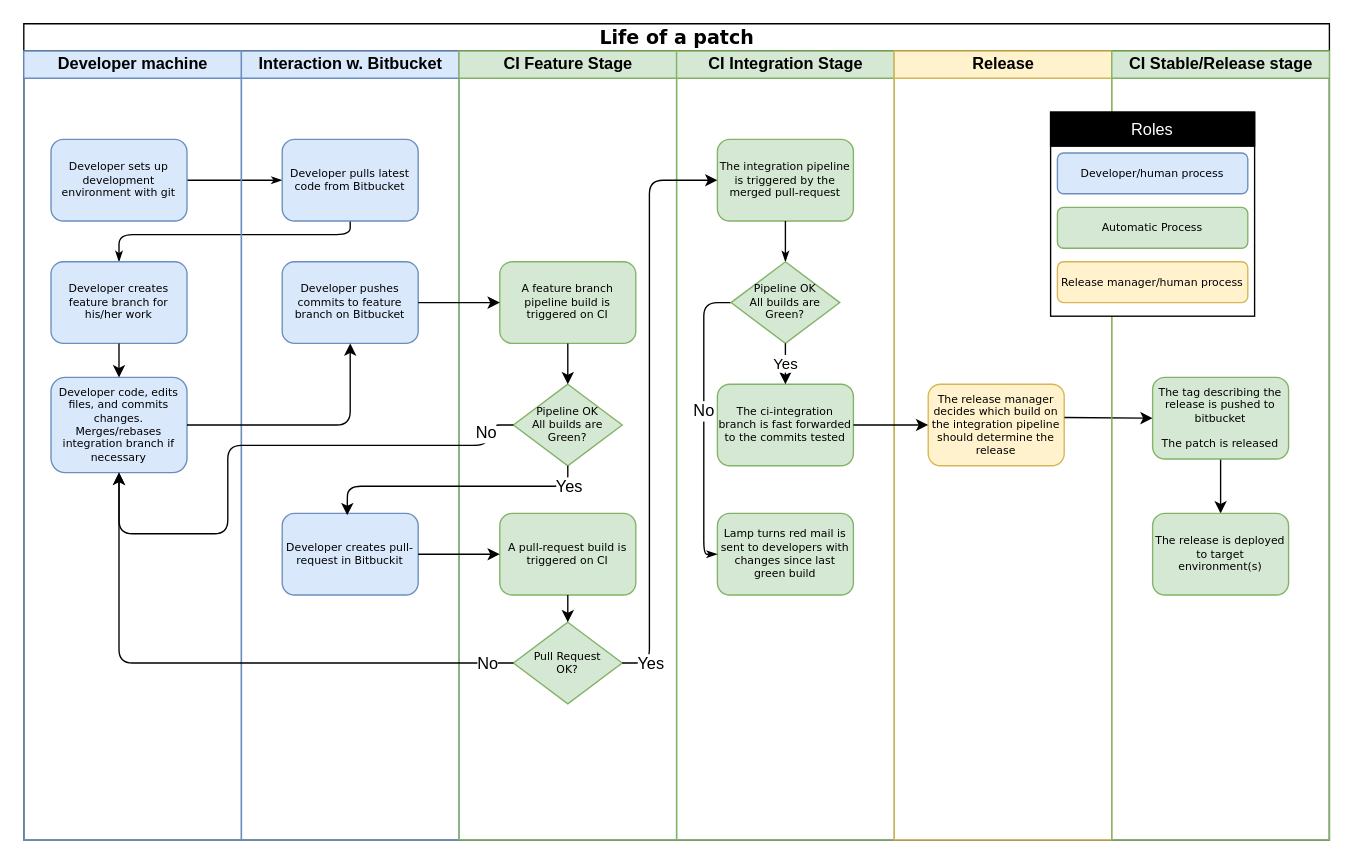
Earlier version of the draw.io diagram Life of a patch.drawio (dvaske/life-of-a-patch). Source tidied: cells renumbered, new cells numbered last; positions are measured from the earlier drawing's top-left corner, leaving out a move shared by most shapes. Both pictures are drawn from the tidied source at 136%, with x=0, y=0 at pixel (23, 23).
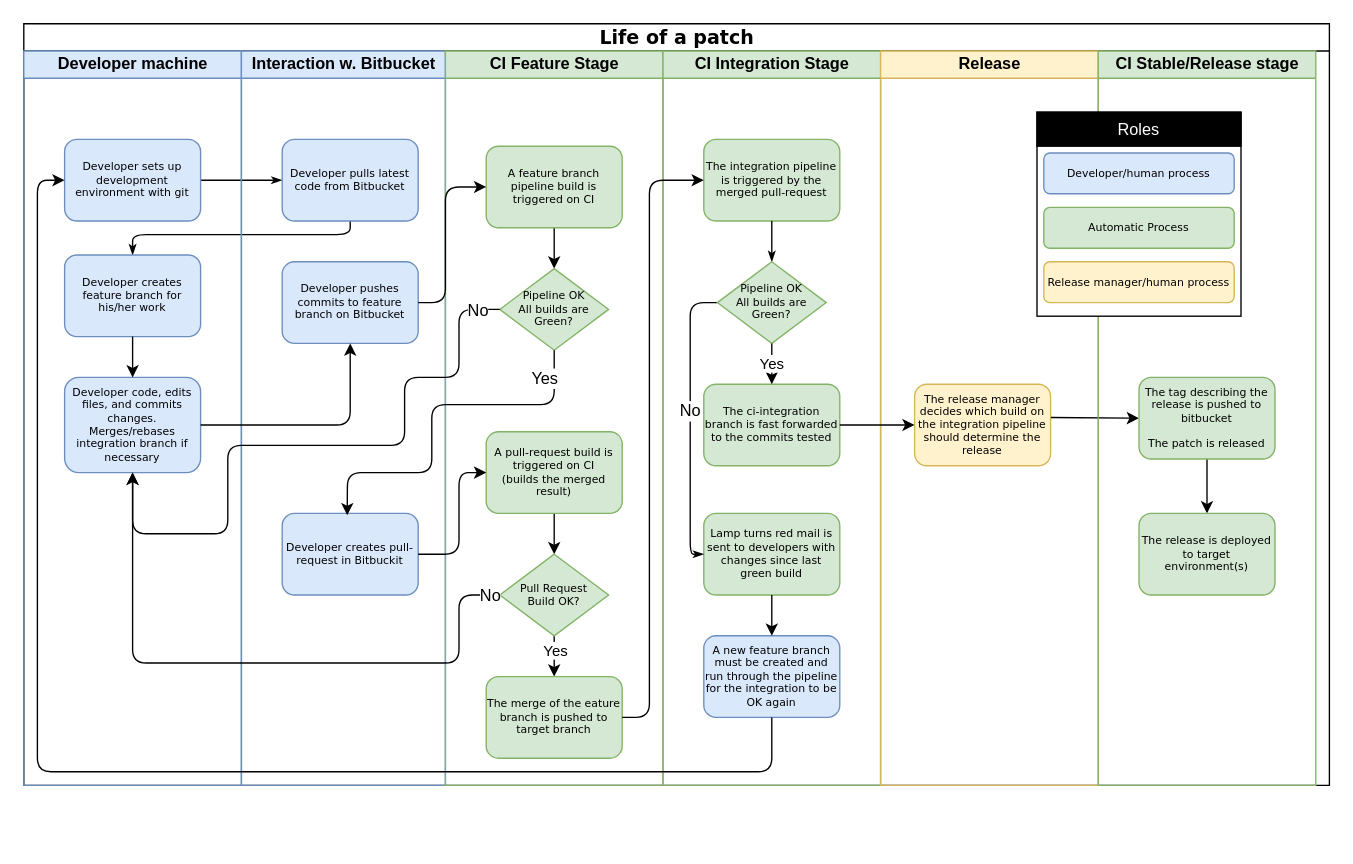
The same page after the edit.

Unchanged cells that the change refers to:
```xml
<mxCell id="11" value="Developer pulls latest code from Bitbucket" style="rounded=1;whiteSpace=wrap;html=1;shadow=0;labelBackgroundColor=none;strokeColor=#6c8ebf;strokeWidth=1;fillColor=#dae8fc;fontFamily=Verdana;fontSize=8;fontColor=#000000;align=center;" parent="10" vertex="1">
  <mxGeometry x="30" y="65" width="100" height="60" as="geometry" />
</mxCell>
<mxCell id="12" value="Developer pushes commits to feature branch on Bitbucket " style="rounded=1;whiteSpace=wrap;html=1;shadow=0;labelBackgroundColor=none;strokeColor=#6c8ebf;strokeWidth=1;fillColor=#dae8fc;fontFamily=Verdana;fontSize=8;fontColor=#000000;align=center;" parent="10" vertex="1">
  <mxGeometry x="30" y="155" width="100" height="60" as="geometry" />
</mxCell>
<mxCell id="13" value="Developer creates pull-request in Bitbuckit" style="rounded=1;whiteSpace=wrap;html=1;shadow=0;labelBackgroundColor=none;strokeColor=#6c8ebf;strokeWidth=1;fillColor=#dae8fc;fontFamily=Verdana;fontSize=8;fontColor=#000000;align=center;" parent="10" vertex="1">
  <mxGeometry x="30" y="340" width="100" height="60" as="geometry" />
</mxCell>
<mxCell id="22" value="The integration pipeline is triggered by the merged pull-request" style="rounded=1;whiteSpace=wrap;html=1;shadow=0;labelBackgroundColor=none;strokeColor=#82b366;strokeWidth=1;fillColor=#d5e8d4;fontFamily=Verdana;fontSize=8;fontColor=#000000;align=center;" parent="21" vertex="1">
  <mxGeometry x="30" y="65" width="100" height="60" as="geometry" />
</mxCell>
<mxCell id="23" value="Lamp turns red mail is sent to developers with changes since last green build" style="rounded=1;whiteSpace=wrap;html=1;shadow=0;labelBackgroundColor=none;strokeColor=#82b366;strokeWidth=1;fillColor=#d5e8d4;fontFamily=Verdana;fontSize=8;fontColor=#000000;align=center;" parent="21" vertex="1">
  <mxGeometry x="30" y="340" width="100" height="60" as="geometry" />
</mxCell>
```

The edit, as a diff of the source:
```diff
@@
     <mxCell id="2" value="&lt;font style=&quot;font-size: 14px&quot;&gt;Life of a patch&lt;/font&gt;" style="swimlane;html=1;startSize=20;rounded=0;shadow=0;labelBackgroundColor=none;strokeColor=#000000;strokeWidth=1;fillColor=#ffffff;fontFamily=Verdana;fontSize=8;fontColor=#000000;align=center;" parent="1" vertex="1">
-      <mxGeometry width="960" height="600" as="geometry" />
+      <mxGeometry width="960" height="560" as="geometry" />
     </mxCell>
@@
-    <mxCell id="4" style="edgeStyle=orthogonalEdgeStyle;rounded=1;html=1;labelBackgroundColor=none;startArrow=none;startFill=0;startSize=5;endArrow=classicThin;endFill=1;endSize=5;jettySize=auto;strokeColor=#000000;strokeWidth=1;fontFamily=Verdana;fontSize=8;fontColor=#000000;" parent="2" edge="1" source="11" target="7">
+    <mxCell id="4" style="edgeStyle=orthogonalEdgeStyle;rounded=1;html=1;labelBackgroundColor=none;startArrow=none;startFill=0;startSize=5;endArrow=classicThin;endFill=1;endSize=5;jettySize=auto;strokeColor=#000000;strokeWidth=1;fontFamily=Verdana;fontSize=8;fontColor=#000000;entryX=0.5;entryY=0;entryDx=0;entryDy=0;" parent="2" edge="1" source="11" target="7">
       <mxGeometry relative="1" as="geometry">
         <Array as="points">
           <mxPoint x="240" y="155" />
-          <mxPoint x="70" y="155" />
+          <mxPoint x="80" y="155" />
         </Array>
       </mxGeometry>
     </mxCell>
     <mxCell id="5" value="Developer machine" style="swimlane;html=1;startSize=20;fillColor=#dae8fc;strokeColor=#6c8ebf;" parent="2" vertex="1">
-      <mxGeometry y="20" width="160" height="580" as="geometry" />
+      <mxGeometry y="20" width="160" height="540" as="geometry" />
     </mxCell>
+    <mxCell id="8" value="Developer code, edits files, and commits changes.&lt;br&gt;Merges/rebases integration branch if necessary" style="rounded=1;whiteSpace=wrap;html=1;shadow=0;labelBackgroundColor=none;strokeColor=#6c8ebf;strokeWidth=1;fillColor=#dae8fc;fontFamily=Verdana;fontSize=8;fontColor=#000000;align=center;" parent="5" vertex="1">
+      <mxGeometry x="30" y="240" width="100" height="70" as="geometry" />
+    </mxCell>
+    <mxCell id="7" value="Developer creates feature branch for his/her work" style="rounded=1;whiteSpace=wrap;html=1;shadow=0;labelBackgroundColor=none;strokeColor=#6c8ebf;strokeWidth=1;fillColor=#dae8fc;fontFamily=Verdana;fontSize=8;fontColor=#000000;align=center;" parent="5" vertex="1">
+      <mxGeometry x="30" y="150" width="100" height="60" as="geometry" />
+    </mxCell>
+    <mxCell id="9" style="endArrow=classic;html=1;entryX=0.5;entryY=0;exitX=0.5;exitY=1;" parent="5" edge="1" source="7" target="8">
+      <mxGeometry relative="1" as="geometry" />
+    </mxCell>
     <mxCell id="6" value="Developer sets up development environment with git" style="rounded=1;whiteSpace=wrap;html=1;shadow=0;labelBackgroundColor=none;strokeColor=#6c8ebf;strokeWidth=1;fillColor=#dae8fc;fontFamily=Verdana;fontSize=8;fontColor=#000000;align=center;" parent="5" vertex="1">
-      <mxGeometry x="20" y="65" width="100" height="60" as="geometry" />
+      <mxGeometry x="30" y="65" width="100" height="60" as="geometry" />
     </mxCell>
-    <mxCell id="7" value="Developer creates feature branch for his/her work" style="rounded=1;whiteSpace=wrap;html=1;shadow=0;labelBackgroundColor=none;strokeColor=#6c8ebf;strokeWidth=1;fillColor=#dae8fc;fontFamily=Verdana;fontSize=8;fontColor=#000000;align=center;" parent="5" vertex="1">
-      <mxGeometry x="20" y="155" width="100" height="60" as="geometry" />
-    </mxCell>
-    <mxCell id="8" value="Developer code, edits files, and commits changes.&lt;br&gt;Merges/rebases integration branch if necessary" style="rounded=1;whiteSpace=wrap;html=1;shadow=0;labelBackgroundColor=none;strokeColor=#6c8ebf;strokeWidth=1;fillColor=#dae8fc;fontFamily=Verdana;fontSize=8;fontColor=#000000;align=center;" parent="5" vertex="1">
-      <mxGeometry x="20" y="240" width="100" height="70" as="geometry" />
-    </mxCell>
-    <mxCell id="9" style="endArrow=classic;html=1;entryX=0.5;entryY=0;exitX=0.5;exitY=1;" parent="5" edge="1" source="7" target="8">
-      <mxGeometry relative="1" as="geometry" />
-    </mxCell>
     <mxCell id="10" value="Interaction w. Bitbucket" style="swimlane;html=1;startSize=20;fillColor=#dae8fc;strokeColor=#6c8ebf;" parent="2" vertex="1">
-      <mxGeometry x="160" y="20" width="160" height="580" as="geometry" />
+      <mxGeometry x="160" y="20" width="150" height="540" as="geometry" />
     </mxCell>
@@
     <mxCell id="14" value="CI Feature Stage" style="swimlane;html=1;startSize=20;fillColor=#d5e8d4;strokeColor=#82b366;" parent="2" vertex="1">
-      <mxGeometry x="320" y="20" width="160" height="580" as="geometry" />
+      <mxGeometry x="310" y="20" width="160" height="540" as="geometry" />
     </mxCell>
+    <mxCell id="56" style="endArrow=classic;html=1;entryX=0.5;entryY=0;exitX=0.5;exitY=1;exitDx=0;exitDy=0;entryDx=0;entryDy=0;" parent="14" edge="1" source="19" target="57">
+      <mxGeometry relative="1" as="geometry" />
+    </mxCell>
+    <mxCell id="42" value="Yes" style="edgeLabel;html=1;align=center;verticalAlign=middle;" parent="56" vertex="1">
+      <mxGeometry x="-0.36" relative="1" as="geometry" />
+    </mxCell>
+    <mxCell id="17" style="endArrow=classic;html=1;exitX=0.5;exitY=1;entryX=0.5;entryY=0;" parent="14" edge="1" source="15" target="16">
+      <mxGeometry relative="1" as="geometry" />
+    </mxCell>
+    <mxCell id="20" style="endArrow=classic;html=1;entryX=0.5;entryY=0;exitX=0.5;exitY=1;" parent="14" edge="1" source="18" target="19">
+      <mxGeometry relative="1" as="geometry" />
+    </mxCell>
     <mxCell id="15" value="A feature branch pipeline build is triggered on CI" style="rounded=1;whiteSpace=wrap;html=1;shadow=0;labelBackgroundColor=none;strokeColor=#82b366;strokeWidth=1;fillColor=#d5e8d4;fontFamily=Verdana;fontSize=8;fontColor=#000000;align=center;" parent="14" vertex="1">
-      <mxGeometry x="30" y="155" width="100" height="60" as="geometry" />
+      <mxGeometry x="30" y="70" width="100" height="60" as="geometry" />
     </mxCell>
     <mxCell id="16" value="Pipeline OK&lt;br&gt;All builds are Green?" style="rhombus;whiteSpace=wrap;html=1;rounded=0;shadow=0;labelBackgroundColor=none;strokeColor=#82b366;strokeWidth=1;fillColor=#d5e8d4;fontFamily=Verdana;fontSize=8;fontColor=#000000;align=center;" parent="14" vertex="1">
-      <mxGeometry x="40" y="245" width="80" height="60" as="geometry" />
+      <mxGeometry x="40" y="160" width="80" height="60" as="geometry" />
     </mxCell>
-    <mxCell id="17" style="endArrow=classic;html=1;exitX=0.5;exitY=1;entryX=0.5;entryY=0;" parent="14" edge="1" source="15" target="16">
-      <mxGeometry relative="1" as="geometry" />
-    </mxCell>
+    <mxCell id="57" value="The merge of the eature branch is pushed to target branch" style="rounded=1;whiteSpace=wrap;html=1;shadow=0;labelBackgroundColor=none;strokeColor=#82b366;strokeWidth=1;fillColor=#d5e8d4;fontFamily=Verdana;fontSize=8;fontColor=#000000;align=center;" parent="14" vertex="1">
+      <mxGeometry x="30" y="460" width="100" height="60" as="geometry" />
+    </mxCell>
+    <mxCell id="19" value="&lt;div&gt;Pull Request&lt;/div&gt;&lt;div&gt; Build OK?&lt;/div&gt;" style="rhombus;whiteSpace=wrap;html=1;rounded=0;shadow=0;labelBackgroundColor=none;strokeColor=#82b366;strokeWidth=1;fillColor=#d5e8d4;fontFamily=Verdana;fontSize=8;fontColor=#000000;align=center;" parent="14" vertex="1">
+      <mxGeometry x="40" y="370" width="80" height="60" as="geometry" />
+    </mxCell>
-    <mxCell id="18" value="A pull-request build is triggered on CI" style="rounded=1;whiteSpace=wrap;html=1;shadow=0;labelBackgroundColor=none;strokeColor=#82b366;strokeWidth=1;fillColor=#d5e8d4;fontFamily=Verdana;fontSize=8;fontColor=#000000;align=center;" parent="14" vertex="1">
-      <mxGeometry x="30" y="340" width="100" height="60" as="geometry" />
+    <mxCell id="18" value="&lt;div&gt;A pull-request build is triggered on CI&lt;/div&gt;&lt;div&gt;(builds the merged result)&lt;/div&gt;" style="rounded=1;whiteSpace=wrap;html=1;shadow=0;labelBackgroundColor=none;strokeColor=#82b366;strokeWidth=1;fillColor=#d5e8d4;fontFamily=Verdana;fontSize=8;fontColor=#000000;align=center;" parent="14" vertex="1">
+      <mxGeometry x="30" y="280" width="100" height="60" as="geometry" />
     </mxCell>
-    <mxCell id="19" value="Pull Request&lt;br&gt;OK?" style="rhombus;whiteSpace=wrap;html=1;rounded=0;shadow=0;labelBackgroundColor=none;strokeColor=#82b366;strokeWidth=1;fillColor=#d5e8d4;fontFamily=Verdana;fontSize=8;fontColor=#000000;align=center;" parent="14" vertex="1">
-      <mxGeometry x="40" y="420" width="80" height="60" as="geometry" />
-    </mxCell>
-    <mxCell id="20" style="endArrow=classic;html=1;entryX=0.5;entryY=0;exitX=0.5;exitY=1;" parent="14" edge="1" source="18" target="19">
-      <mxGeometry relative="1" as="geometry" />
-    </mxCell>
     <mxCell id="21" value="CI Integration Stage" style="swimlane;html=1;startSize=20;fillColor=#d5e8d4;strokeColor=#82b366;" parent="2" vertex="1">
-      <mxGeometry x="480" y="20" width="160" height="580" as="geometry" />
+      <mxGeometry x="470" y="20" width="160" height="540" as="geometry" />
     </mxCell>
+    <mxCell id="58" value="A new feature branch must be created and run through the pipeline for the integration to be OK again" style="rounded=1;whiteSpace=wrap;html=1;shadow=0;labelBackgroundColor=none;strokeColor=#6c8ebf;strokeWidth=1;fillColor=#dae8fc;fontFamily=Verdana;fontSize=8;fontColor=#000000;align=center;" parent="21" vertex="1">
+      <mxGeometry x="30" y="430" width="100" height="60" as="geometry" />
+    </mxCell>
@@
     <mxCell id="30" value="Release" style="swimlane;html=1;startSize=20;fillColor=#fff2cc;strokeColor=#d6b656;" parent="2" vertex="1">
-      <mxGeometry x="640" y="20" width="160" height="580" as="geometry" />
+      <mxGeometry x="630" y="20" width="160" height="540" as="geometry" />
     </mxCell>
@@
     <mxCell id="35" style="endArrow=classic;html=1;entryX=0;entryY=0.5;exitX=1;exitY=0.5;" parent="2" edge="1" source="12" target="15">
-      <mxGeometry relative="1" as="geometry" />
+      <mxGeometry relative="1" as="geometry">
+        <Array as="points">
+          <mxPoint x="310" y="205" />
+          <mxPoint x="310" y="120" />
+        </Array>
+      </mxGeometry>
     </mxCell>
     <mxCell id="36" style="endArrow=classic;html=1;exitX=0;exitY=0.5;entryX=0.5;entryY=1;" parent="2" edge="1" source="16" target="8">
       <mxGeometry relative="1" as="geometry">
         <Array as="points">
-          <mxPoint x="340" y="295" />
-          <mxPoint x="340" y="310" />
+          <mxPoint x="320" y="210" />
+          <mxPoint x="320" y="260" />
+          <mxPoint x="280" y="260" />
+          <mxPoint x="280" y="310" />
           <mxPoint x="150" y="310" />
           <mxPoint x="150" y="375" />
-          <mxPoint x="70" y="375" />
+          <mxPoint x="80" y="375" />
         </Array>
       </mxGeometry>
     </mxCell>
     <mxCell id="37" value="No" style="text;html=1;align=center;verticalAlign=middle;labelBackgroundColor=#ffffff;" parent="36" vertex="1">
       <mxGeometry x="-0.23" y="-18" relative="1" as="geometry">
-        <mxPoint x="124.5" y="8" as="offset" />
+        <mxPoint x="68.3" y="-82" as="offset" />
       </mxGeometry>
     </mxCell>
     <mxCell id="38" style="endArrow=classic;html=1;exitX=0.5;exitY=1;entryX=0.478;entryY=0.023;entryDx=0;entryDy=0;entryPerimeter=0;" parent="2" edge="1" source="16" target="13">
       <mxGeometry relative="1" as="geometry">
         <Array as="points">
-          <mxPoint x="400" y="340" />
-          <mxPoint x="238" y="340" />
+          <mxPoint x="390" y="280" />
+          <mxPoint x="300" y="280" />
+          <mxPoint x="300" y="330" />
+          <mxPoint x="238" y="330" />
         </Array>
       </mxGeometry>
     </mxCell>
     <mxCell id="39" value="&lt;div&gt;Yes&lt;/div&gt;" style="text;html=1;align=center;verticalAlign=middle;labelBackgroundColor=#ffffff;" parent="38" vertex="1">
       <mxGeometry x="-0.7" y="2" relative="1" as="geometry">
-        <mxPoint x="15" y="-2" as="offset" />
+        <mxPoint x="-6.2" y="-21.7" as="offset" />
       </mxGeometry>
     </mxCell>
     <mxCell id="40" style="endArrow=classic;html=1;entryX=0;entryY=0.5;exitX=1;exitY=0.5;exitDx=0;exitDy=0;" parent="2" edge="1" source="13" target="18">
-      <mxGeometry relative="1" as="geometry" />
+      <mxGeometry relative="1" as="geometry">
+        <Array as="points">
+          <mxPoint x="320" y="390" />
+          <mxPoint x="320" y="330" />
+        </Array>
+      </mxGeometry>
     </mxCell>
-    <mxCell id="41" style="endArrow=classic;html=1;exitX=1;exitY=0.5;entryX=0;entryY=0.5;" parent="2" edge="1" source="19" target="22">
+    <mxCell id="41" style="endArrow=classic;html=1;entryX=0;entryY=0.5;exitX=1;exitY=0.5;exitDx=0;exitDy=0;" parent="2" edge="1" source="57" target="22">
       <mxGeometry relative="1" as="geometry">
         <Array as="points">
-          <mxPoint x="460" y="470" />
+          <mxPoint x="460" y="510" />
           <mxPoint x="460" y="115" />
         </Array>
       </mxGeometry>
     </mxCell>
-    <mxCell id="42" value="Yes" style="text;html=1;align=center;verticalAlign=middle;labelBackgroundColor=#ffffff;" parent="41" vertex="1">
-      <mxGeometry x="-0.25" y="1" relative="1" as="geometry">
-        <mxPoint x="1" y="139.5" as="offset" />
-      </mxGeometry>
-    </mxCell>
@@
     <mxCell id="44" value="CI Stable/Release stage" style="swimlane;html=1;startSize=20;fillColor=#d5e8d4;strokeColor=#82b366;" parent="2" vertex="1">
-      <mxGeometry x="800" y="20" width="160" height="580" as="geometry" />
+      <mxGeometry x="790" y="20" width="160" height="540" as="geometry" />
     </mxCell>
@@
     <mxCell id="54" style="endArrow=classic;html=1;exitX=0;exitY=0.5;entryX=0.5;entryY=1;" parent="2" edge="1" source="19" target="8">
       <mxGeometry relative="1" as="geometry">
         <Array as="points">
-          <mxPoint x="70" y="470" />
+          <mxPoint x="320" y="420" />
+          <mxPoint x="320" y="470" />
+          <mxPoint x="80" y="470" />
         </Array>
       </mxGeometry>
     </mxCell>
     <mxCell id="55" value="No" style="text;html=1;align=center;verticalAlign=middle;labelBackgroundColor=#ffffff;" parent="54" vertex="1">
       <mxGeometry x="-0.54" y="2" relative="1" as="geometry">
-        <mxPoint x="79.5" y="-2" as="offset" />
+        <mxPoint x="48.3" y="-52" as="offset" />
       </mxGeometry>
     </mxCell>
+    <mxCell id="59" style="jettySize=auto;html=1;exitX=0.5;exitY=1;exitDx=0;exitDy=0;entryX=0;entryY=0.5;entryDx=0;entryDy=0;edgeStyle=orthogonalEdgeStyle;rounded=1;" parent="2" edge="1" source="58" target="6">
+      <mxGeometry relative="1" as="geometry">
+        <Array as="points">
+          <mxPoint x="550" y="550" />
+          <mxPoint x="10" y="550" />
+          <mxPoint x="10" y="115" />
+        </Array>
+      </mxGeometry>
+    </mxCell>
+    <mxCell id="60" style="edgeStyle=orthogonalEdgeStyle;rounded=0;jettySize=auto;html=1;" parent="1" edge="1" source="23">
+      <mxGeometry relative="1" as="geometry">
+        <mxPoint x="550" y="450" as="targetPoint" />
+      </mxGeometry>
+    </mxCell>
```
